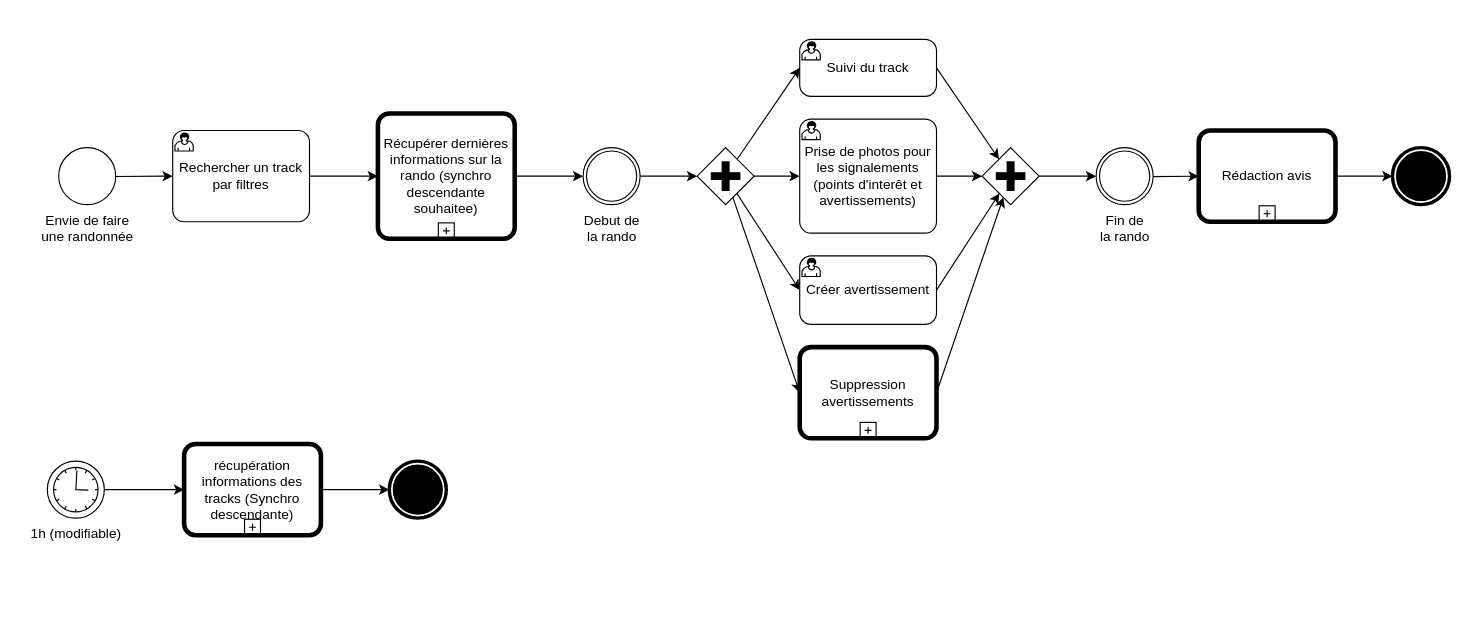
Above: Documentation/BPMN/BPMN-Global.drawio in projetDansLaMontagne/Valpineta (draw.io), before the change. Source tidied: cells renumbered, new cells numbered last; positions are measured from the earlier drawing's top-left corner, leaving out a move shared by most shapes. Both pictures are drawn from the tidied source at 114%, with x=0, y=0 at pixel (47, 39).
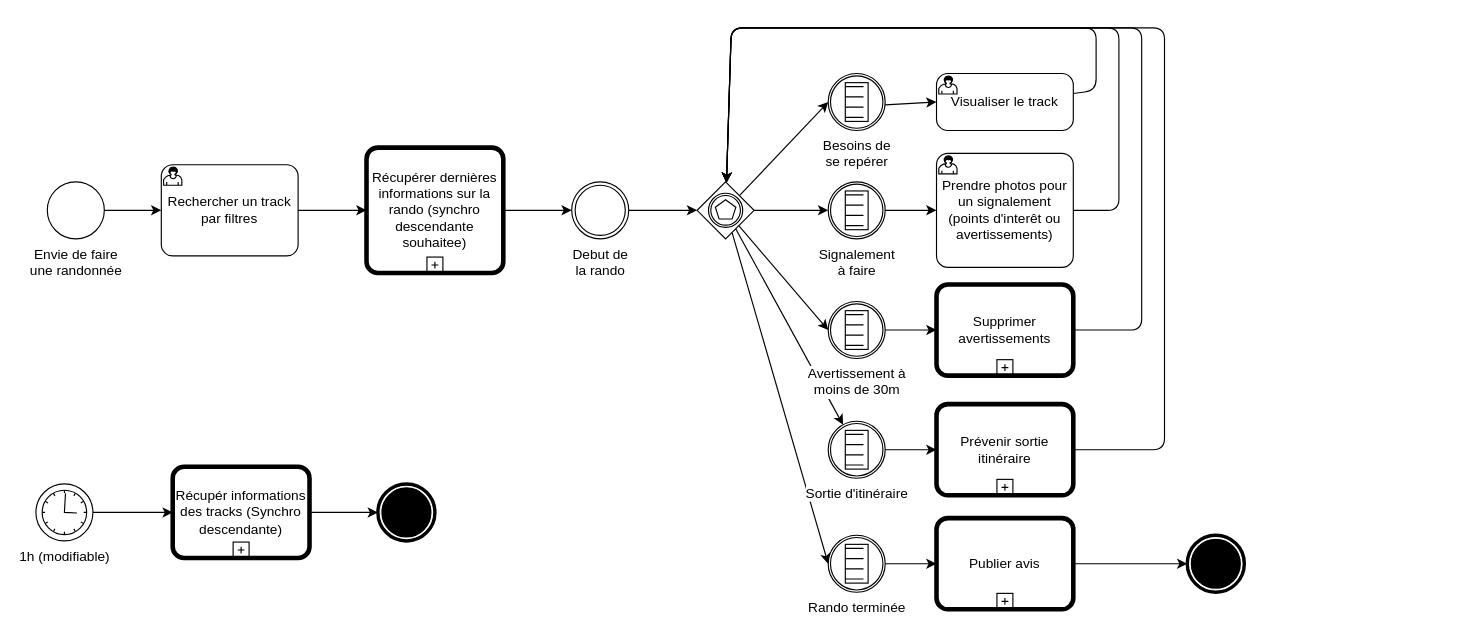
Above is the later version.

Commit message:
précision des actions après le début de rando + ajout de la ST pour la sortie d'itinéraire + mise à l'indicatif

Change to the diagram source:
```diff
@@
     <mxCell id="3" value="Envie de faire&lt;br&gt;une randonnée" style="points=[[0.145,0.145,0],[0.5,0,0],[0.855,0.145,0],[1,0.5,0],[0.855,0.855,0],[0.5,1,0],[0.145,0.855,0],[0,0.5,0]];shape=mxgraph.bpmn.event;html=1;verticalLabelPosition=bottom;labelBackgroundColor=#ffffff;verticalAlign=top;align=center;perimeter=ellipsePerimeter;outlineConnect=0;outline=standard;symbol=general;" parent="1" vertex="1">
-      <mxGeometry x="10" y="95" width="50" height="50" as="geometry" />
+      <mxGeometry y="125" width="50" height="50" as="geometry" />
     </mxCell>
@@
     <mxCell id="5" value="Rechercher un track par filtres" style="points=[[0.25,0,0],[0.5,0,0],[0.75,0,0],[1,0.25,0],[1,0.5,0],[1,0.75,0],[0.75,1,0],[0.5,1,0],[0.25,1,0],[0,0.75,0],[0,0.5,0],[0,0.25,0]];shape=mxgraph.bpmn.task;whiteSpace=wrap;rectStyle=rounded;size=10;html=1;taskMarker=user;" parent="1" vertex="1">
-      <mxGeometry x="110" y="80" width="120" height="80" as="geometry" />
+      <mxGeometry x="100" y="110" width="120" height="80" as="geometry" />
     </mxCell>
-    <mxCell id="6" style="edgeStyle=none;html=1;" parent="1" edge="1" source="7" target="21">
-      <mxGeometry relative="1" as="geometry" />
-    </mxCell>
+    <mxCell id="35" style="edgeStyle=none;html=1;" parent="1" edge="1" source="7" target="44">
+      <mxGeometry relative="1" as="geometry" />
+    </mxCell>
     <mxCell id="7" value="Debut de &lt;br&gt;la rando" style="points=[[0.145,0.145,0],[0.5,0,0],[0.855,0.145,0],[1,0.5,0],[0.855,0.855,0],[0.5,1,0],[0.145,0.855,0],[0,0.5,0]];shape=mxgraph.bpmn.event;html=1;verticalLabelPosition=bottom;labelBackgroundColor=#ffffff;verticalAlign=top;align=center;perimeter=ellipsePerimeter;outlineConnect=0;outline=throwing;symbol=general;" parent="1" vertex="1">
-      <mxGeometry x="470" y="95" width="50" height="50" as="geometry" />
+      <mxGeometry x="460" y="125" width="50" height="50" as="geometry" />
     </mxCell>
@@
     <mxCell id="9" value="Récupérer dernières informations sur la rando (synchro descendante souhaitee)" style="points=[[0.25,0,0],[0.5,0,0],[0.75,0,0],[1,0.25,0],[1,0.5,0],[1,0.75,0],[0.75,1,0],[0.5,1,0],[0.25,1,0],[0,0.75,0],[0,0.5,0],[0,0.25,0]];shape=mxgraph.bpmn.task;whiteSpace=wrap;rectStyle=rounded;size=10;html=1;bpmnShapeType=call;isLoopSub=1;" parent="1" vertex="1">
-      <mxGeometry x="290" y="65" width="120" height="110" as="geometry" />
+      <mxGeometry x="280" y="95" width="120" height="110" as="geometry" />
     </mxCell>
-    <mxCell id="10" style="edgeStyle=none;html=1;exitX=1;exitY=0.5;exitDx=0;exitDy=0;exitPerimeter=0;" parent="1" edge="1" source="11" target="23">
-      <mxGeometry relative="1" as="geometry" />
-    </mxCell>
+    <mxCell id="36" style="edgeStyle=none;html=1;" parent="1" edge="1" source="11" target="44">
+      <mxGeometry relative="1" as="geometry">
+        <Array as="points">
+          <mxPoint x="920" y="45" />
+          <mxPoint x="920" y="-10" />
+          <mxPoint x="600" y="-10" />
+        </Array>
+      </mxGeometry>
+    </mxCell>
-    <mxCell id="11" value="Suivi du track" style="points=[[0.25,0,0],[0.5,0,0],[0.75,0,0],[1,0.25,0],[1,0.5,0],[1,0.75,0],[0.75,1,0],[0.5,1,0],[0.25,1,0],[0,0.75,0],[0,0.5,0],[0,0.25,0]];shape=mxgraph.bpmn.task;whiteSpace=wrap;rectStyle=rounded;size=10;html=1;taskMarker=user;" parent="1" vertex="1">
-      <mxGeometry x="660" width="120" height="50" as="geometry" />
+    <mxCell id="11" value="Visualiser le track" style="points=[[0.25,0,0],[0.5,0,0],[0.75,0,0],[1,0.25,0],[1,0.5,0],[1,0.75,0],[0.75,1,0],[0.5,1,0],[0.25,1,0],[0,0.75,0],[0,0.5,0],[0,0.25,0]];shape=mxgraph.bpmn.task;whiteSpace=wrap;rectStyle=rounded;size=10;html=1;taskMarker=user;" parent="1" vertex="1">
+      <mxGeometry x="780" y="30" width="120" height="50" as="geometry" />
     </mxCell>
-    <mxCell id="12" style="edgeStyle=none;html=1;" parent="1" edge="1" source="13" target="15">
+    <mxCell id="12" style="edgeStyle=none;html=1;exitX=1;exitY=0.5;exitDx=0;exitDy=0;exitPerimeter=0;" parent="1" edge="1" source="55" target="15">
       <mxGeometry relative="1" as="geometry" />
     </mxCell>
-    <mxCell id="13" value="Fin de &lt;br&gt;la rando" style="points=[[0.145,0.145,0],[0.5,0,0],[0.855,0.145,0],[1,0.5,0],[0.855,0.855,0],[0.5,1,0],[0.145,0.855,0],[0,0.5,0]];shape=mxgraph.bpmn.event;html=1;verticalLabelPosition=bottom;labelBackgroundColor=#ffffff;verticalAlign=top;align=center;perimeter=ellipsePerimeter;outlineConnect=0;outline=throwing;symbol=general;" parent="1" vertex="1">
-      <mxGeometry x="920" y="95" width="50" height="50" as="geometry" />
-    </mxCell>
@@
-    <mxCell id="15" value="Rédaction avis" style="points=[[0.25,0,0],[0.5,0,0],[0.75,0,0],[1,0.25,0],[1,0.5,0],[1,0.75,0],[0.75,1,0],[0.5,1,0],[0.25,1,0],[0,0.75,0],[0,0.5,0],[0,0.25,0]];shape=mxgraph.bpmn.task;whiteSpace=wrap;rectStyle=rounded;size=10;html=1;bpmnShapeType=call;isLoopSub=1;" parent="1" vertex="1">
-      <mxGeometry x="1010" y="80" width="120" height="80" as="geometry" />
+    <mxCell id="15" value="Publier avis" style="points=[[0.25,0,0],[0.5,0,0],[0.75,0,0],[1,0.25,0],[1,0.5,0],[1,0.75,0],[0.75,1,0],[0.5,1,0],[0.25,1,0],[0,0.75,0],[0,0.5,0],[0,0.25,0]];shape=mxgraph.bpmn.task;whiteSpace=wrap;rectStyle=rounded;size=10;html=1;bpmnShapeType=call;isLoopSub=1;" parent="1" vertex="1">
+      <mxGeometry x="780" y="420" width="120" height="80" as="geometry" />
     </mxCell>
     <mxCell id="16" style="points=[[0.145,0.145,0],[0.5,0,0],[0.855,0.145,0],[1,0.5,0],[0.855,0.855,0],[0.5,1,0],[0.145,0.855,0],[0,0.5,0]];shape=mxgraph.bpmn.event;html=1;verticalLabelPosition=bottom;labelBackgroundColor=#ffffff;verticalAlign=top;align=center;perimeter=ellipsePerimeter;outlineConnect=0;outline=end;symbol=terminate;" parent="1" vertex="1">
-      <mxGeometry x="1180" y="95" width="50" height="50" as="geometry" />
+      <mxGeometry x="1000" y="435" width="50" height="50" as="geometry" />
     </mxCell>
-    <mxCell id="17" style="edgeStyle=none;html=1;entryX=0;entryY=0.5;entryDx=0;entryDy=0;entryPerimeter=0;" parent="1" edge="1" source="21" target="11">
-      <mxGeometry relative="1" as="geometry" />
-    </mxCell>
-    <mxCell id="18" style="edgeStyle=none;html=1;" parent="1" edge="1" source="21" target="25">
-      <mxGeometry relative="1" as="geometry" />
-    </mxCell>
-    <mxCell id="19" style="edgeStyle=none;html=1;entryX=0;entryY=0.5;entryDx=0;entryDy=0;entryPerimeter=0;" parent="1" edge="1" source="21" target="27">
-      <mxGeometry relative="1" as="geometry" />
-    </mxCell>
-    <mxCell id="20" style="edgeStyle=none;html=1;entryX=0;entryY=0.5;entryDx=0;entryDy=0;entryPerimeter=0;" parent="1" edge="1" source="21" target="29">
-      <mxGeometry relative="1" as="geometry" />
-    </mxCell>
-    <mxCell id="21" style="points=[[0.25,0.25,0],[0.5,0,0],[0.75,0.25,0],[1,0.5,0],[0.75,0.75,0],[0.5,1,0],[0.25,0.75,0],[0,0.5,0]];shape=mxgraph.bpmn.gateway2;html=1;verticalLabelPosition=bottom;labelBackgroundColor=#ffffff;verticalAlign=top;align=center;perimeter=rhombusPerimeter;outlineConnect=0;outline=none;symbol=none;gwType=parallel;" parent="1" vertex="1">
-      <mxGeometry x="570" y="95" width="50" height="50" as="geometry" />
-    </mxCell>
-    <mxCell id="22" style="edgeStyle=none;html=1;" parent="1" edge="1" source="23" target="13">
-      <mxGeometry relative="1" as="geometry" />
-    </mxCell>
-    <mxCell id="23" style="points=[[0.25,0.25,0],[0.5,0,0],[0.75,0.25,0],[1,0.5,0],[0.75,0.75,0],[0.5,1,0],[0.25,0.75,0],[0,0.5,0]];shape=mxgraph.bpmn.gateway2;html=1;verticalLabelPosition=bottom;labelBackgroundColor=#ffffff;verticalAlign=top;align=center;perimeter=rhombusPerimeter;outlineConnect=0;outline=none;symbol=none;gwType=parallel;" parent="1" vertex="1">
-      <mxGeometry x="820" y="95" width="50" height="50" as="geometry" />
-    </mxCell>
-    <mxCell id="24" style="edgeStyle=none;html=1;exitX=1;exitY=0.5;exitDx=0;exitDy=0;exitPerimeter=0;" parent="1" edge="1" source="25" target="23">
-      <mxGeometry relative="1" as="geometry" />
-    </mxCell>
+    <mxCell id="37" style="edgeStyle=none;html=1;" parent="1" edge="1" source="25" target="44">
+      <mxGeometry relative="1" as="geometry">
+        <Array as="points">
+          <mxPoint x="940" y="150" />
+          <mxPoint x="940" y="-10" />
+          <mxPoint x="600" y="-10" />
+        </Array>
+      </mxGeometry>
+    </mxCell>
-    <mxCell id="25" value="Prise de photos pour les signalements (points d'interêt et avertissements)" style="points=[[0.25,0,0],[0.5,0,0],[0.75,0,0],[1,0.25,0],[1,0.5,0],[1,0.75,0],[0.75,1,0],[0.5,1,0],[0.25,1,0],[0,0.75,0],[0,0.5,0],[0,0.25,0]];shape=mxgraph.bpmn.task;whiteSpace=wrap;rectStyle=rounded;size=10;html=1;taskMarker=user;" parent="1" vertex="1">
-      <mxGeometry x="660" y="70" width="120" height="100" as="geometry" />
+    <mxCell id="25" value="Prendre photos pour un signalement (points d'interêt ou avertissements)" style="points=[[0.25,0,0],[0.5,0,0],[0.75,0,0],[1,0.25,0],[1,0.5,0],[1,0.75,0],[0.75,1,0],[0.5,1,0],[0.25,1,0],[0,0.75,0],[0,0.5,0],[0,0.25,0]];shape=mxgraph.bpmn.task;whiteSpace=wrap;rectStyle=rounded;size=10;html=1;taskMarker=user;" parent="1" vertex="1">
+      <mxGeometry x="780" y="100" width="120" height="100" as="geometry" />
     </mxCell>
-    <mxCell id="26" style="edgeStyle=none;html=1;exitX=1;exitY=0.5;exitDx=0;exitDy=0;exitPerimeter=0;" parent="1" edge="1" source="27" target="23">
-      <mxGeometry relative="1" as="geometry" />
-    </mxCell>
+    <mxCell id="38" style="edgeStyle=none;html=1;" parent="1" edge="1" source="27" target="44">
+      <mxGeometry relative="1" as="geometry">
+        <Array as="points">
+          <mxPoint x="960" y="255" />
+          <mxPoint x="960" y="-10" />
+          <mxPoint x="600" y="-10" />
+        </Array>
+      </mxGeometry>
+    </mxCell>
-    <mxCell id="27" value="Suppression avertissements" style="points=[[0.25,0,0],[0.5,0,0],[0.75,0,0],[1,0.25,0],[1,0.5,0],[1,0.75,0],[0.75,1,0],[0.5,1,0],[0.25,1,0],[0,0.75,0],[0,0.5,0],[0,0.25,0]];shape=mxgraph.bpmn.task;whiteSpace=wrap;rectStyle=rounded;size=10;html=1;bpmnShapeType=call;isLoopSub=1;" parent="1" vertex="1">
-      <mxGeometry x="660" y="270" width="120" height="80" as="geometry" />
+    <mxCell id="27" value="Supprimer avertissements" style="points=[[0.25,0,0],[0.5,0,0],[0.75,0,0],[1,0.25,0],[1,0.5,0],[1,0.75,0],[0.75,1,0],[0.5,1,0],[0.25,1,0],[0,0.75,0],[0,0.5,0],[0,0.25,0]];shape=mxgraph.bpmn.task;whiteSpace=wrap;rectStyle=rounded;size=10;html=1;bpmnShapeType=call;isLoopSub=1;" parent="1" vertex="1">
+      <mxGeometry x="780" y="215" width="120" height="80" as="geometry" />
     </mxCell>
-    <mxCell id="28" style="edgeStyle=none;html=1;exitX=1;exitY=0.5;exitDx=0;exitDy=0;exitPerimeter=0;" parent="1" edge="1" source="29" target="23">
-      <mxGeometry relative="1" as="geometry" />
-    </mxCell>
-    <mxCell id="29" value="Créer avertissement" style="points=[[0.25,0,0],[0.5,0,0],[0.75,0,0],[1,0.25,0],[1,0.5,0],[1,0.75,0],[0.75,1,0],[0.5,1,0],[0.25,1,0],[0,0.75,0],[0,0.5,0],[0,0.25,0]];shape=mxgraph.bpmn.task;whiteSpace=wrap;rectStyle=rounded;size=10;html=1;taskMarker=user;" parent="1" vertex="1">
-      <mxGeometry x="660" y="190" width="120" height="60" as="geometry" />
-    </mxCell>
@@
     <mxCell id="31" value="1h (modifiable)" style="points=[[0.145,0.145,0],[0.5,0,0],[0.855,0.145,0],[1,0.5,0],[0.855,0.855,0],[0.5,1,0],[0.145,0.855,0],[0,0.5,0]];shape=mxgraph.bpmn.event;html=1;verticalLabelPosition=bottom;labelBackgroundColor=#ffffff;verticalAlign=top;align=center;perimeter=ellipsePerimeter;outlineConnect=0;outline=standard;symbol=timer;" parent="1" vertex="1">
-      <mxGeometry y="370" width="50" height="50" as="geometry" />
+      <mxGeometry x="-10" y="390" width="50" height="50" as="geometry" />
     </mxCell>
@@
-    <mxCell id="33" value="récupération informations des tracks (Synchro descendante)" style="points=[[0.25,0,0],[0.5,0,0],[0.75,0,0],[1,0.25,0],[1,0.5,0],[1,0.75,0],[0.75,1,0],[0.5,1,0],[0.25,1,0],[0,0.75,0],[0,0.5,0],[0,0.25,0]];shape=mxgraph.bpmn.task;whiteSpace=wrap;rectStyle=rounded;size=10;html=1;bpmnShapeType=call;isLoopSub=1;" parent="1" vertex="1">
-      <mxGeometry x="120" y="355" width="120" height="80" as="geometry" />
+    <mxCell id="33" value="Récupér informations des tracks (Synchro descendante)" style="points=[[0.25,0,0],[0.5,0,0],[0.75,0,0],[1,0.25,0],[1,0.5,0],[1,0.75,0],[0.75,1,0],[0.5,1,0],[0.25,1,0],[0,0.75,0],[0,0.5,0],[0,0.25,0]];shape=mxgraph.bpmn.task;whiteSpace=wrap;rectStyle=rounded;size=10;html=1;bpmnShapeType=call;isLoopSub=1;" parent="1" vertex="1">
+      <mxGeometry x="110" y="375" width="120" height="80" as="geometry" />
     </mxCell>
     <mxCell id="34" style="points=[[0.145,0.145,0],[0.5,0,0],[0.855,0.145,0],[1,0.5,0],[0.855,0.855,0],[0.5,1,0],[0.145,0.855,0],[0,0.5,0]];shape=mxgraph.bpmn.event;html=1;verticalLabelPosition=bottom;labelBackgroundColor=#ffffff;verticalAlign=top;align=center;perimeter=ellipsePerimeter;outlineConnect=0;outline=end;symbol=terminate;" parent="1" vertex="1">
-      <mxGeometry x="300" y="370" width="50" height="50" as="geometry" />
+      <mxGeometry x="290" y="390" width="50" height="50" as="geometry" />
     </mxCell>
+    <mxCell id="39" style="edgeStyle=none;html=1;entryX=0;entryY=0.5;entryDx=0;entryDy=0;entryPerimeter=0;" parent="1" edge="1" source="44" target="55">
+      <mxGeometry relative="1" as="geometry" />
+    </mxCell>
+    <mxCell id="40" style="edgeStyle=none;html=1;entryX=0;entryY=0.5;entryDx=0;entryDy=0;entryPerimeter=0;" parent="1" edge="1" source="44" target="52">
+      <mxGeometry relative="1" as="geometry" />
+    </mxCell>
+    <mxCell id="41" style="edgeStyle=none;html=1;entryX=0;entryY=0.5;entryDx=0;entryDy=0;entryPerimeter=0;" parent="1" edge="1" source="44" target="50">
+      <mxGeometry relative="1" as="geometry" />
+    </mxCell>
+    <mxCell id="42" style="edgeStyle=none;html=1;entryX=0;entryY=0.5;entryDx=0;entryDy=0;entryPerimeter=0;" parent="1" edge="1" source="44" target="48">
+      <mxGeometry relative="1" as="geometry" />
+    </mxCell>
+    <mxCell id="43" style="edgeStyle=none;html=1;" parent="1" edge="1" source="44" target="54">
+      <mxGeometry relative="1" as="geometry" />
+    </mxCell>
+    <mxCell id="44" style="points=[[0.25,0.25,0],[0.5,0,0],[0.75,0.25,0],[1,0.5,0],[0.75,0.75,0],[0.5,1,0],[0.25,0.75,0],[0,0.5,0]];shape=mxgraph.bpmn.gateway2;html=1;verticalLabelPosition=bottom;labelBackgroundColor=#ffffff;verticalAlign=top;align=center;perimeter=rhombusPerimeter;outlineConnect=0;outline=catching;symbol=multiple;" parent="1" vertex="1">
+      <mxGeometry x="570" y="125" width="50" height="50" as="geometry" />
+    </mxCell>
+    <mxCell id="45" style="edgeStyle=none;html=1;" parent="1" edge="1" source="46" target="44">
+      <mxGeometry relative="1" as="geometry">
+        <Array as="points">
+          <mxPoint x="980" y="360" />
+          <mxPoint x="980" y="-10" />
+          <mxPoint x="600" y="-10" />
+        </Array>
+      </mxGeometry>
+    </mxCell>
+    <mxCell id="46" value="Prévenir sortie itinéraire" style="points=[[0.25,0,0],[0.5,0,0],[0.75,0,0],[1,0.25,0],[1,0.5,0],[1,0.75,0],[0.75,1,0],[0.5,1,0],[0.25,1,0],[0,0.75,0],[0,0.5,0],[0,0.25,0]];shape=mxgraph.bpmn.task;whiteSpace=wrap;rectStyle=rounded;size=10;html=1;bpmnShapeType=call;isLoopSub=1;" parent="1" vertex="1">
+      <mxGeometry x="780" y="320" width="120" height="80" as="geometry" />
+    </mxCell>
+    <mxCell id="47" style="edgeStyle=none;html=1;" parent="1" edge="1" source="48" target="27">
+      <mxGeometry relative="1" as="geometry" />
+    </mxCell>
+    <mxCell id="48" value="Avertissement à&lt;br style=&quot;border-color: var(--border-color);&quot;&gt;moins de 30m" style="points=[[0.145,0.145,0],[0.5,0,0],[0.855,0.145,0],[1,0.5,0],[0.855,0.855,0],[0.5,1,0],[0.145,0.855,0],[0,0.5,0]];shape=mxgraph.bpmn.event;html=1;verticalLabelPosition=bottom;labelBackgroundColor=#ffffff;verticalAlign=top;align=center;perimeter=ellipsePerimeter;outlineConnect=0;outline=catching;symbol=conditional;" parent="1" vertex="1">
+      <mxGeometry x="685" y="230" width="50" height="50" as="geometry" />
+    </mxCell>
+    <mxCell id="49" style="edgeStyle=none;html=1;" parent="1" edge="1" source="50" target="25">
+      <mxGeometry relative="1" as="geometry" />
+    </mxCell>
+    <mxCell id="50" value="Signalement&lt;br style=&quot;border-color: var(--border-color);&quot;&gt;à faire" style="points=[[0.145,0.145,0],[0.5,0,0],[0.855,0.145,0],[1,0.5,0],[0.855,0.855,0],[0.5,1,0],[0.145,0.855,0],[0,0.5,0]];shape=mxgraph.bpmn.event;html=1;verticalLabelPosition=bottom;labelBackgroundColor=#ffffff;verticalAlign=top;align=center;perimeter=ellipsePerimeter;outlineConnect=0;outline=catching;symbol=conditional;" parent="1" vertex="1">
+      <mxGeometry x="685" y="125" width="50" height="50" as="geometry" />
+    </mxCell>
+    <mxCell id="51" style="edgeStyle=none;html=1;" parent="1" edge="1" source="52" target="11">
+      <mxGeometry relative="1" as="geometry" />
+    </mxCell>
+    <mxCell id="52" value="Besoins de&lt;br style=&quot;border-color: var(--border-color);&quot;&gt;se repérer" style="points=[[0.145,0.145,0],[0.5,0,0],[0.855,0.145,0],[1,0.5,0],[0.855,0.855,0],[0.5,1,0],[0.145,0.855,0],[0,0.5,0]];shape=mxgraph.bpmn.event;html=1;verticalLabelPosition=bottom;labelBackgroundColor=#ffffff;verticalAlign=top;align=center;perimeter=ellipsePerimeter;outlineConnect=0;outline=catching;symbol=conditional;" parent="1" vertex="1">
+      <mxGeometry x="685" y="30" width="50" height="50" as="geometry" />
+    </mxCell>
+    <mxCell id="53" style="edgeStyle=none;html=1;" parent="1" edge="1" source="54" target="46">
+      <mxGeometry relative="1" as="geometry" />
+    </mxCell>
+    <mxCell id="54" value="Sortie d'itinéraire" style="points=[[0.145,0.145,0],[0.5,0,0],[0.855,0.145,0],[1,0.5,0],[0.855,0.855,0],[0.5,1,0],[0.145,0.855,0],[0,0.5,0]];shape=mxgraph.bpmn.event;html=1;verticalLabelPosition=bottom;labelBackgroundColor=#ffffff;verticalAlign=top;align=center;perimeter=ellipsePerimeter;outlineConnect=0;outline=catching;symbol=conditional;" parent="1" vertex="1">
+      <mxGeometry x="685" y="335" width="50" height="50" as="geometry" />
+    </mxCell>
+    <mxCell id="55" value="Rando terminée" style="points=[[0.145,0.145,0],[0.5,0,0],[0.855,0.145,0],[1,0.5,0],[0.855,0.855,0],[0.5,1,0],[0.145,0.855,0],[0,0.5,0]];shape=mxgraph.bpmn.event;html=1;verticalLabelPosition=bottom;labelBackgroundColor=#ffffff;verticalAlign=top;align=center;perimeter=ellipsePerimeter;outlineConnect=0;outline=catching;symbol=conditional;" parent="1" vertex="1">
+      <mxGeometry x="685" y="435" width="50" height="50" as="geometry" />
+    </mxCell>
```
